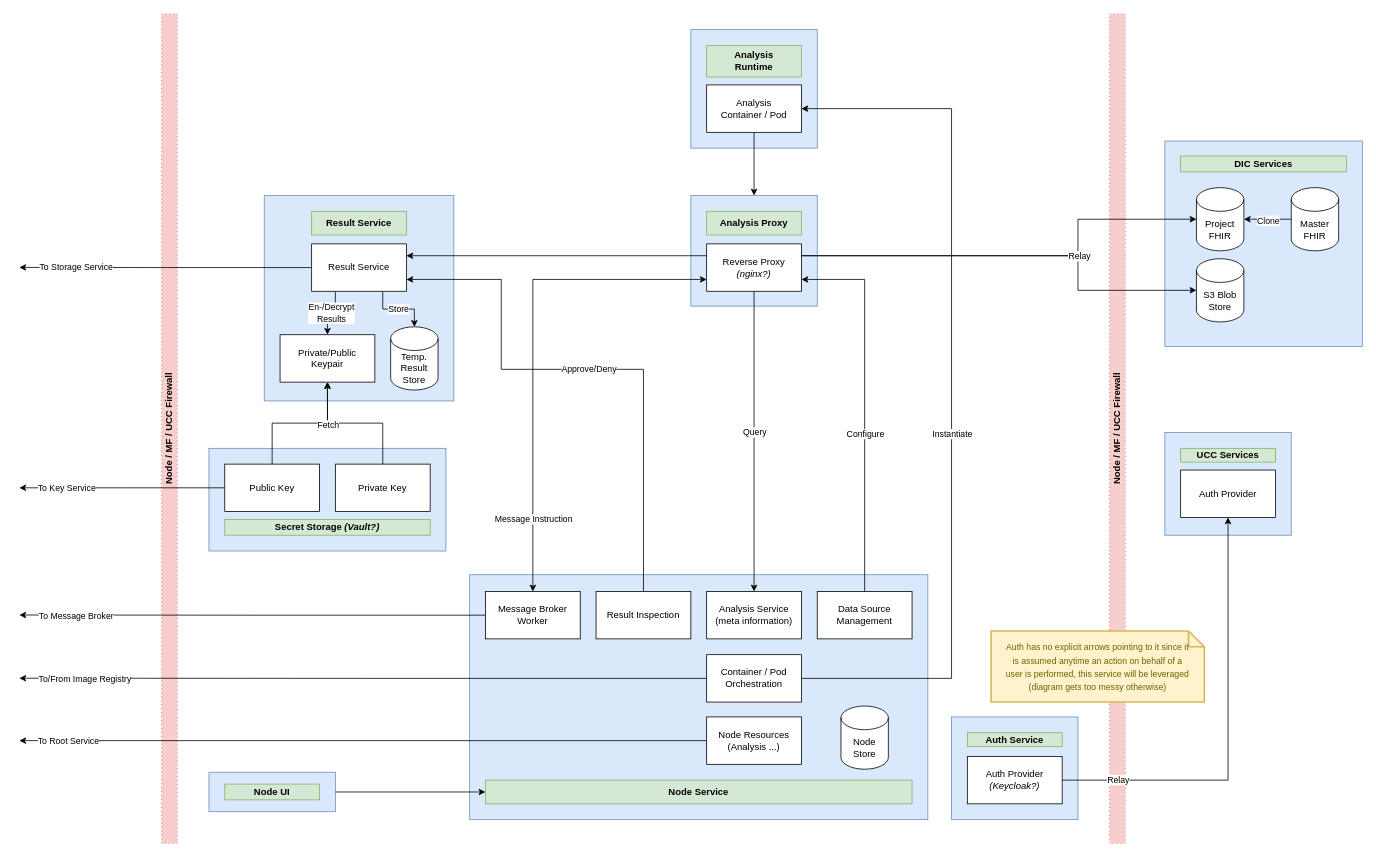
PrivateAIM/diagrams keeps this draw.io diagram as architecture/services-node-draft.drawio. Above is the earlier version. Source tidied: cells renumbered, new cells numbered last; positions are measured from the earlier drawing's top-left corner, leaving out a move shared by most shapes. Both pictures are drawn from the tidied source at 79%, with x=0, y=0 at pixel (19, 13).
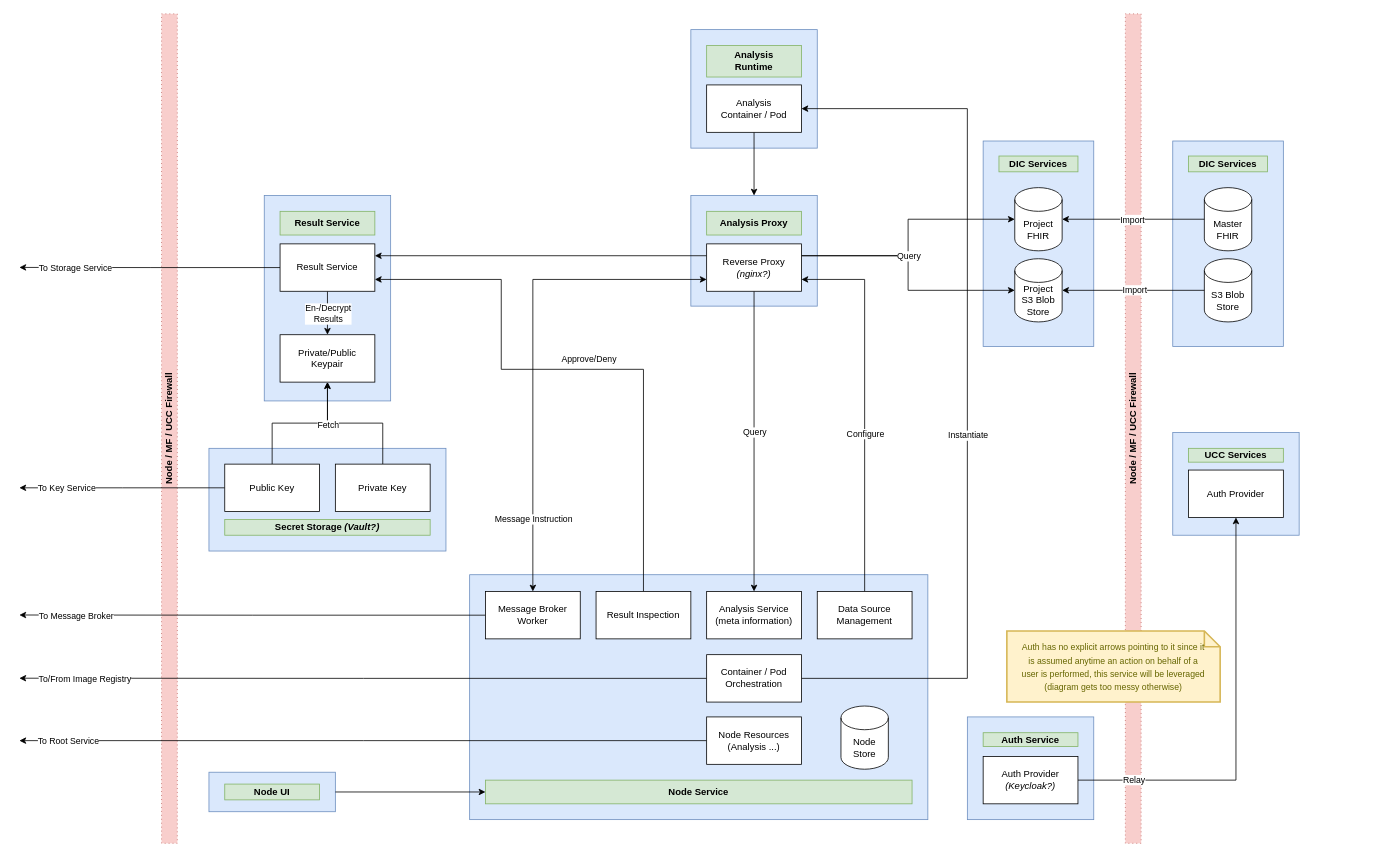
After the change.

Commit message:
feat: add suggestions from in-person meeting on 2023-12-20

The change refers to these unchanged cells:
```xml
<mxCell id="19" value="&lt;span style=&quot;font-weight: 400;&quot;&gt;Reverse Proxy&lt;br&gt;&lt;i&gt;(nginx?)&lt;/i&gt;&lt;br&gt;&lt;/span&gt;" style="rounded=0;whiteSpace=wrap;html=1;fontStyle=1;" parent="1" vertex="1">
  <mxGeometry x="870" y="291.2" width="120" height="60" as="geometry" />
</mxCell>
<mxCell id="29" value="Analysis &lt;br&gt;Container / Pod" style="rounded=0;whiteSpace=wrap;html=1;" parent="1" vertex="1">
  <mxGeometry x="870" y="90" width="120" height="60" as="geometry" />
</mxCell>
<mxCell id="37" style="edgeStyle=orthogonalEdgeStyle;rounded=0;jettySize=auto;html=1;exitX=0;exitY=0.5;exitDx=0;exitDy=0;" parent="1" edge="1" source="41">
  <mxGeometry relative="1" as="geometry">
    <mxPoint y="321" as="targetPoint" />
  </mxGeometry>
</mxCell>
<mxCell id="42" value="Private/Public&lt;br&gt;Keypair" style="rounded=0;whiteSpace=wrap;html=1;" parent="1" vertex="1">
  <mxGeometry x="330" y="406.2" width="120" height="60" as="geometry" />
</mxCell>
<mxCell id="53" style="edgeStyle=orthogonalEdgeStyle;rounded=0;jettySize=auto;html=1;exitX=1;exitY=0.5;exitDx=0;exitDy=0;" parent="1" edge="1" source="55" target="44">
  <mxGeometry relative="1" as="geometry" />
</mxCell>
<mxCell id="60" value="Container /&amp;nbsp;Pod&lt;br&gt;Orchestration" style="rounded=0;whiteSpace=wrap;html=1;" parent="1" vertex="1">
  <mxGeometry x="870" y="811.2" width="120" height="60" as="geometry" />
</mxCell>
```

Diff of the diagram source:
```diff
@@
+    <mxCell id="79" style="rounded=0;whiteSpace=wrap;html=1;fillColor=#dae8fc;strokeColor=#6c8ebf;" parent="1" vertex="1">
+      <mxGeometry x="1220" y="161" width="140" height="260" as="geometry" />
+    </mxCell>
@@
     <mxCell id="4" value="Node / MF / UCC Firewall" style="rounded=0;whiteSpace=wrap;html=1;fillColor=#f8cecc;strokeColor=#b85450;dashed=1;dashPattern=1 4;fontStyle=1;horizontal=0;" parent="1" vertex="1">
-      <mxGeometry x="1380" width="20" height="1050" as="geometry" />
+      <mxGeometry x="1400" width="20" height="1050" as="geometry" />
     </mxCell>
     <mxCell id="5" style="rounded=0;whiteSpace=wrap;html=1;fillColor=#dae8fc;strokeColor=#6c8ebf;" parent="1" vertex="1">
-      <mxGeometry x="1450" y="530" width="160" height="130" as="geometry" />
+      <mxGeometry x="1460" y="530" width="160" height="130" as="geometry" />
     </mxCell>
     <mxCell id="6" style="rounded=0;whiteSpace=wrap;html=1;fillColor=#dae8fc;strokeColor=#6c8ebf;" parent="1" vertex="1">
-      <mxGeometry x="1450" y="161" width="250" height="260" as="geometry" />
+      <mxGeometry x="1460" y="161" width="140" height="260" as="geometry" />
     </mxCell>
     <mxCell id="7" style="rounded=0;whiteSpace=wrap;html=1;fillColor=#dae8fc;strokeColor=#6c8ebf;" parent="1" vertex="1">
-      <mxGeometry x="310" y="230" width="240" height="260" as="geometry" />
+      <mxGeometry x="310" y="230" width="160" height="260" as="geometry" />
     </mxCell>
@@
     <mxCell id="11" value="Result Service" style="rounded=0;whiteSpace=wrap;html=1;fillColor=#d5e8d4;strokeColor=#82b366;fontStyle=1;" parent="1" vertex="1">
-      <mxGeometry x="370" y="250" width="120" height="30" as="geometry" />
+      <mxGeometry x="330" y="250" width="120" height="30" as="geometry" />
     </mxCell>
@@
-    <mxCell id="13" style="edgeStyle=orthogonalEdgeStyle;rounded=0;jettySize=auto;html=1;exitX=1;exitY=0.25;exitDx=0;exitDy=0;entryX=0;entryY=0.5;entryDx=0;entryDy=0;entryPerimeter=0;" parent="1" edge="1" source="19" target="22">
-      <mxGeometry relative="1" as="geometry">
-        <Array as="points">
-          <mxPoint x="1340" y="306" />
-          <mxPoint x="1340" y="260" />
-        </Array>
-      </mxGeometry>
-    </mxCell>
@@
+    <mxCell id="80" style="edgeStyle=orthogonalEdgeStyle;rounded=0;jettySize=auto;html=1;exitX=1;exitY=0.25;exitDx=0;exitDy=0;" parent="1" edge="1" source="19" target="84">
+      <mxGeometry relative="1" as="geometry" />
+    </mxCell>
+    <mxCell id="81" style="edgeStyle=orthogonalEdgeStyle;rounded=0;jettySize=auto;html=1;exitX=1;exitY=0.25;exitDx=0;exitDy=0;" parent="1" edge="1" source="19" target="85">
+      <mxGeometry relative="1" as="geometry" />
+    </mxCell>
+    <mxCell id="82" value="Query" style="edgeLabel;html=1;align=center;verticalAlign=middle;" parent="81" vertex="1">
+      <mxGeometry x="-0.13" y="-1" relative="1" as="geometry">
+        <mxPoint x="1" y="-2" as="offset" />
+      </mxGeometry>
+    </mxCell>
@@
     <mxCell id="20" value="DIC Services" style="rounded=0;whiteSpace=wrap;html=1;fillColor=#d5e8d4;strokeColor=#82b366;fontStyle=1;" parent="1" vertex="1">
-      <mxGeometry x="1470" y="180" width="210" height="20" as="geometry" />
+      <mxGeometry x="1480" y="180" width="100" height="20" as="geometry" />
     </mxCell>
-    <mxCell id="21" value="Master&lt;br&gt;FHIR" style="shape=cylinder3;whiteSpace=wrap;html=1;boundedLbl=1;backgroundOutline=1;size=15;" parent="1" vertex="1">
-      <mxGeometry x="1610" y="220" width="60" height="80" as="geometry" />
-    </mxCell>
-    <mxCell id="22" value="Project&lt;br&gt;FHIR" style="shape=cylinder3;whiteSpace=wrap;html=1;boundedLbl=1;backgroundOutline=1;size=15;" parent="1" vertex="1">
-      <mxGeometry x="1490" y="220" width="60" height="80" as="geometry" />
+    <mxCell id="22" value="Master&lt;br&gt;FHIR" style="shape=cylinder3;whiteSpace=wrap;html=1;boundedLbl=1;backgroundOutline=1;size=15;" parent="1" vertex="1">
+      <mxGeometry x="1500" y="220" width="60" height="80" as="geometry" />
     </mxCell>
     <mxCell id="23" value="S3 Blob&lt;br&gt;Store" style="shape=cylinder3;whiteSpace=wrap;html=1;boundedLbl=1;backgroundOutline=1;size=15;" parent="1" vertex="1">
-      <mxGeometry x="1490" y="310" width="60" height="80" as="geometry" />
+      <mxGeometry x="1500" y="310" width="60" height="80" as="geometry" />
     </mxCell>
-    <mxCell id="24" style="edgeStyle=orthogonalEdgeStyle;rounded=0;jettySize=auto;html=1;exitX=0;exitY=0.5;exitDx=0;exitDy=0;exitPerimeter=0;entryX=1;entryY=0.5;entryDx=0;entryDy=0;entryPerimeter=0;" parent="1" edge="1" source="21" target="22">
-      <mxGeometry relative="1" as="geometry" />
-    </mxCell>
-    <mxCell id="25" value="Clone" style="edgeLabel;html=1;align=center;verticalAlign=middle;" parent="24" vertex="1">
-      <mxGeometry x="0.01" y="1" relative="1" as="geometry" />
-    </mxCell>
@@
-    <mxCell id="30" style="edgeStyle=orthogonalEdgeStyle;rounded=0;jettySize=auto;html=1;exitX=1;exitY=0.25;exitDx=0;exitDy=0;entryX=0;entryY=0.5;entryDx=0;entryDy=0;entryPerimeter=0;" parent="1" edge="1" source="19" target="23">
-      <mxGeometry relative="1" as="geometry">
-        <Array as="points">
-          <mxPoint x="1340" y="306" />
-          <mxPoint x="1340" y="350" />
-        </Array>
-      </mxGeometry>
-    </mxCell>
-    <mxCell id="31" value="Relay" style="edgeLabel;html=1;align=center;verticalAlign=middle;" parent="30" vertex="1">
-      <mxGeometry x="0.21" y="-1" relative="1" as="geometry">
-        <mxPoint x="22" y="-1" as="offset" />
-      </mxGeometry>
-    </mxCell>
@@
-    <mxCell id="35" style="edgeStyle=orthogonalEdgeStyle;rounded=0;jettySize=auto;html=1;exitX=0.25;exitY=1;exitDx=0;exitDy=0;" parent="1" edge="1" source="41" target="42">
+    <mxCell id="35" style="edgeStyle=orthogonalEdgeStyle;rounded=0;jettySize=auto;html=1;exitX=0.5;exitY=1;exitDx=0;exitDy=0;" parent="1" edge="1" source="41" target="42">
       <mxGeometry relative="1" as="geometry" />
     </mxCell>
@@
     <mxCell id="38" value="To Storage Service" style="edgeLabel;html=1;align=center;verticalAlign=middle;" parent="37" vertex="1">
       <mxGeometry y="2" relative="1" as="geometry">
-        <mxPoint x="-114" y="-3" as="offset" />
+        <mxPoint x="-95" y="-2" as="offset" />
       </mxGeometry>
     </mxCell>
-    <mxCell id="39" style="edgeStyle=orthogonalEdgeStyle;rounded=0;jettySize=auto;html=1;exitX=0.75;exitY=1;exitDx=0;exitDy=0;" parent="1" edge="1" source="41" target="74">
-      <mxGeometry relative="1" as="geometry" />
-    </mxCell>
-    <mxCell id="40" value="Store" style="edgeLabel;html=1;align=center;verticalAlign=middle;" parent="39" vertex="1">
-      <mxGeometry x="-0.02" relative="1" as="geometry" />
-    </mxCell>
     <mxCell id="41" value="Result Service" style="rounded=0;whiteSpace=wrap;html=1;" parent="1" vertex="1">
-      <mxGeometry x="370" y="291.2" width="120" height="60" as="geometry" />
+      <mxGeometry x="330" y="291.2" width="120" height="60" as="geometry" />
     </mxCell>
@@
     <mxCell id="43" value="UCC Services" style="rounded=0;whiteSpace=wrap;html=1;fillColor=#d5e8d4;strokeColor=#82b366;fontStyle=1;" parent="1" vertex="1">
-      <mxGeometry x="1470" y="550" width="120" height="17.5" as="geometry" />
+      <mxGeometry x="1480" y="550" width="120" height="17.5" as="geometry" />
     </mxCell>
     <mxCell id="44" value="&lt;span style=&quot;font-weight: 400;&quot;&gt;Auth Provider&lt;/span&gt;" style="rounded=0;whiteSpace=wrap;html=1;fontStyle=1;" parent="1" vertex="1">
-      <mxGeometry x="1470" y="577.5" width="120" height="60" as="geometry" />
+      <mxGeometry x="1480" y="577.5" width="120" height="60" as="geometry" />
     </mxCell>
@@
     <mxCell id="51" style="rounded=0;whiteSpace=wrap;html=1;fillColor=#dae8fc;strokeColor=#6c8ebf;perimeterSpacing=0;strokeWidth=1;" parent="1" vertex="1">
-      <mxGeometry x="1180" y="890" width="160" height="130" as="geometry" />
+      <mxGeometry x="1200" y="890" width="160" height="130" as="geometry" />
     </mxCell>
     <mxCell id="52" value="Auth Service" style="rounded=0;whiteSpace=wrap;html=1;fillColor=#d5e8d4;strokeColor=#82b366;fontStyle=1;" parent="1" vertex="1">
-      <mxGeometry x="1200" y="910" width="120" height="17.5" as="geometry" />
+      <mxGeometry x="1220" y="910" width="120" height="17.5" as="geometry" />
     </mxCell>
@@
     <mxCell id="54" value="Relay" style="edgeLabel;html=1;align=center;verticalAlign=middle;" parent="53" vertex="1">
       <mxGeometry x="-0.01" y="-1" relative="1" as="geometry">
-        <mxPoint x="-141" y="58" as="offset" />
+        <mxPoint x="-131" y="63" as="offset" />
       </mxGeometry>
     </mxCell>
     <mxCell id="55" value="&lt;span style=&quot;font-weight: 400;&quot;&gt;Auth Provider&lt;br&gt;&lt;i&gt;(Keycloak?)&lt;/i&gt;&lt;br&gt;&lt;/span&gt;" style="rounded=0;whiteSpace=wrap;html=1;fontStyle=1;" parent="1" vertex="1">
-      <mxGeometry x="1200" y="940" width="120" height="60" as="geometry" />
+      <mxGeometry x="1220" y="940" width="120" height="60" as="geometry" />
     </mxCell>
@@
     <mxCell id="58" style="edgeStyle=orthogonalEdgeStyle;rounded=0;jettySize=auto;html=1;exitX=1;exitY=0.5;exitDx=0;exitDy=0;entryX=1;entryY=0.5;entryDx=0;entryDy=0;" parent="1" edge="1" source="60" target="29">
       <mxGeometry relative="1" as="geometry">
         <Array as="points">
-          <mxPoint x="1180" y="841" />
-          <mxPoint x="1180" y="120" />
+          <mxPoint x="1200" y="841" />
+          <mxPoint x="1200" y="120" />
         </Array>
       </mxGeometry>
     </mxCell>
@@
     <mxCell id="70" value="&lt;font style=&quot;font-size: 11px;&quot;&gt;Auth has no explicit arrows pointing to it since it is assumed anytime an action on behalf of a user is performed, this service will be leveraged (diagram gets too messy otherwise)&lt;/font&gt;" style="shape=note;strokeWidth=2;fontSize=14;size=20;whiteSpace=wrap;html=1;fillColor=#fff2cc;strokeColor=#d6b656;fontColor=#666600;spacing=0;spacingTop=2;spacingBottom=2;spacingLeft=20;spacingRight=20;" parent="1" vertex="1">
-      <mxGeometry x="1230" y="781.2" width="270" height="90" as="geometry" />
+      <mxGeometry x="1250" y="781.2" width="270" height="90" as="geometry" />
     </mxCell>
@@
-    <mxCell id="74" value="Temp.&lt;br&gt;Result&lt;br&gt;Store" style="shape=cylinder3;whiteSpace=wrap;html=1;boundedLbl=1;backgroundOutline=1;size=15;" parent="1" vertex="1">
-      <mxGeometry x="470" y="396.2" width="60" height="80" as="geometry" />
-    </mxCell>
@@
+    <mxCell id="83" value="DIC Services" style="rounded=0;whiteSpace=wrap;html=1;fillColor=#d5e8d4;strokeColor=#82b366;fontStyle=1;" parent="1" vertex="1">
+      <mxGeometry x="1240" y="180" width="100" height="20" as="geometry" />
+    </mxCell>
+    <mxCell id="84" value="Project&lt;br&gt;FHIR" style="shape=cylinder3;whiteSpace=wrap;html=1;boundedLbl=1;backgroundOutline=1;size=15;" parent="1" vertex="1">
+      <mxGeometry x="1260" y="220" width="60" height="80" as="geometry" />
+    </mxCell>
+    <mxCell id="85" value="Project&lt;br&gt;S3 Blob&lt;br&gt;Store" style="shape=cylinder3;whiteSpace=wrap;html=1;boundedLbl=1;backgroundOutline=1;size=15;" parent="1" vertex="1">
+      <mxGeometry x="1260" y="310" width="60" height="80" as="geometry" />
+    </mxCell>
+    <mxCell id="86" style="edgeStyle=orthogonalEdgeStyle;rounded=0;jettySize=auto;html=1;exitX=0;exitY=0.5;exitDx=0;exitDy=0;exitPerimeter=0;entryX=1;entryY=0.5;entryDx=0;entryDy=0;entryPerimeter=0;" parent="1" edge="1" source="23" target="85">
+      <mxGeometry relative="1" as="geometry" />
+    </mxCell>
+    <mxCell id="87" value="Import" style="edgeLabel;html=1;align=center;verticalAlign=middle;" parent="86" vertex="1">
+      <mxGeometry x="-0.01" y="-1" relative="1" as="geometry" />
+    </mxCell>
+    <mxCell id="88" style="edgeStyle=orthogonalEdgeStyle;rounded=0;jettySize=auto;html=1;exitX=0;exitY=0.5;exitDx=0;exitDy=0;exitPerimeter=0;" parent="1" edge="1" source="22" target="84">
+      <mxGeometry relative="1" as="geometry" />
+    </mxCell>
+    <mxCell id="89" value="Import" style="edgeLabel;html=1;align=center;verticalAlign=middle;" parent="88" vertex="1">
+      <mxGeometry x="0.02" relative="1" as="geometry" />
+    </mxCell>
```
